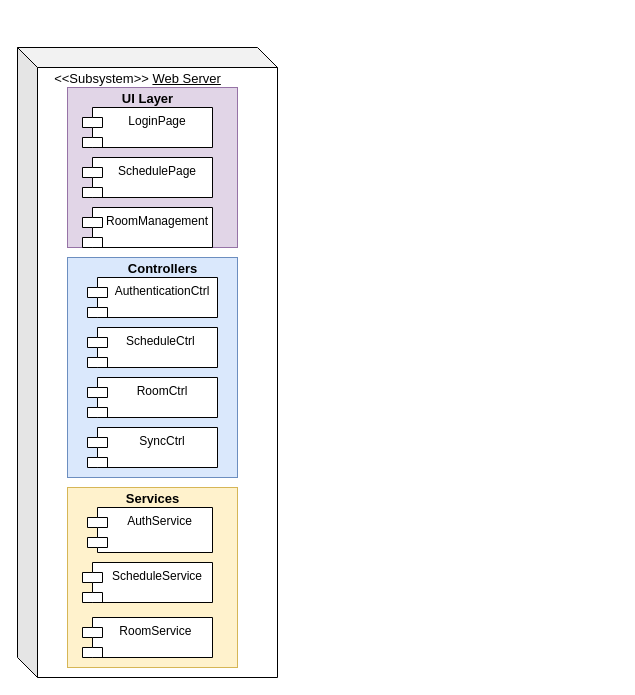
Before: Lab_Merve_Pakcan.drawio in mervepakcan/Career-Path-App--Software-Development-Project-, a draw.io diagram. Source tidied: cells renumbered, new cells numbered last; positions are measured from the earlier drawing's top-left corner, leaving out a move shared by most shapes. Both pictures are drawn from the tidied source at 100%, with x=0, y=0 at pixel (17, 47).
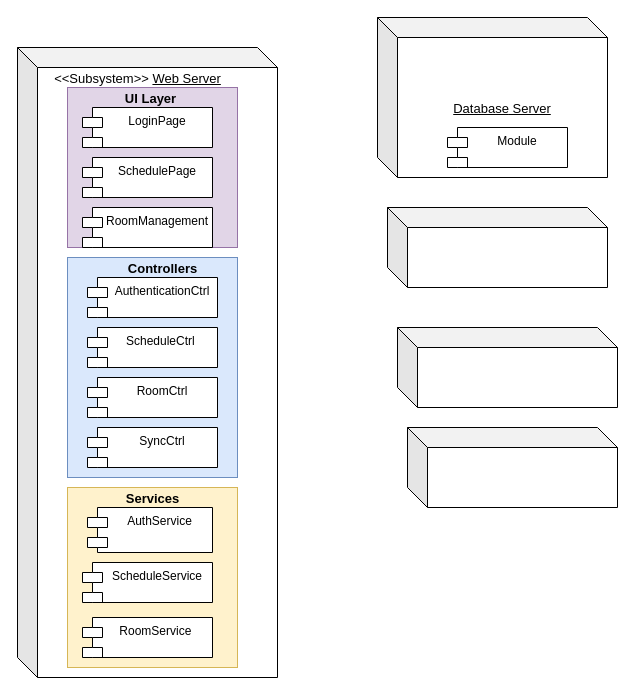
Above is the later version.

What changed in the source:
```diff
@@
     <mxCell id="5" value="&lt;h6&gt;&lt;font style=&quot;font-size: 13px;&quot;&gt;UI Layer&lt;/font&gt;&lt;/h6&gt;" style="text;strokeColor=none;fillColor=none;html=1;fontSize=24;fontStyle=1;verticalAlign=middle;align=center;" parent="1" vertex="1">
-      <mxGeometry x="80" y="30" width="100" height="40" as="geometry" />
+      <mxGeometry x="82.5" y="30" width="100" height="40" as="geometry" />
     </mxCell>
@@
+    <mxCell id="20" value="&lt;div style=&quot;&quot;&gt;&lt;font style=&quot;white-space: nowrap; font-size: 13px; caret-color: rgb(0, 0, 0); color: rgb(0, 0, 0);&quot;&gt;&lt;u&gt;Database&lt;/u&gt;&lt;/font&gt;&lt;span style=&quot;white-space: nowrap; font-size: 16.08px; caret-color: rgb(0, 0, 0); color: rgb(0, 0, 0);&quot;&gt;&lt;font style=&quot;font-size: 13px;&quot;&gt;&lt;u&gt;&amp;nbsp;Server&lt;/u&gt;&lt;/font&gt;&lt;/span&gt;&lt;/div&gt;" style="shape=cube;whiteSpace=wrap;html=1;boundedLbl=1;backgroundOutline=1;darkOpacity=0.05;darkOpacity2=0.1;" parent="1" vertex="1">
+      <mxGeometry x="360" y="-30" width="230" height="160" as="geometry" />
+    </mxCell>
+    <mxCell id="21" style="shape=cube;whiteSpace=wrap;html=1;boundedLbl=1;backgroundOutline=1;darkOpacity=0.05;darkOpacity2=0.1;" parent="1" vertex="1">
+      <mxGeometry x="370" y="160" width="220" height="80" as="geometry" />
+    </mxCell>
+    <mxCell id="22" style="shape=cube;whiteSpace=wrap;html=1;boundedLbl=1;backgroundOutline=1;darkOpacity=0.05;darkOpacity2=0.1;" parent="1" vertex="1">
+      <mxGeometry x="380" y="280" width="220" height="80" as="geometry" />
+    </mxCell>
+    <mxCell id="23" style="shape=cube;whiteSpace=wrap;html=1;boundedLbl=1;backgroundOutline=1;darkOpacity=0.05;darkOpacity2=0.1;" parent="1" vertex="1">
+      <mxGeometry x="390" y="380" width="210" height="80" as="geometry" />
+    </mxCell>
+    <mxCell id="24" value="Module" style="shape=module;align=left;spacingLeft=20;align=center;verticalAlign=top;whiteSpace=wrap;html=1;" parent="1" vertex="1">
+      <mxGeometry x="430" y="80" width="120" height="40" as="geometry" />
+    </mxCell>
```
